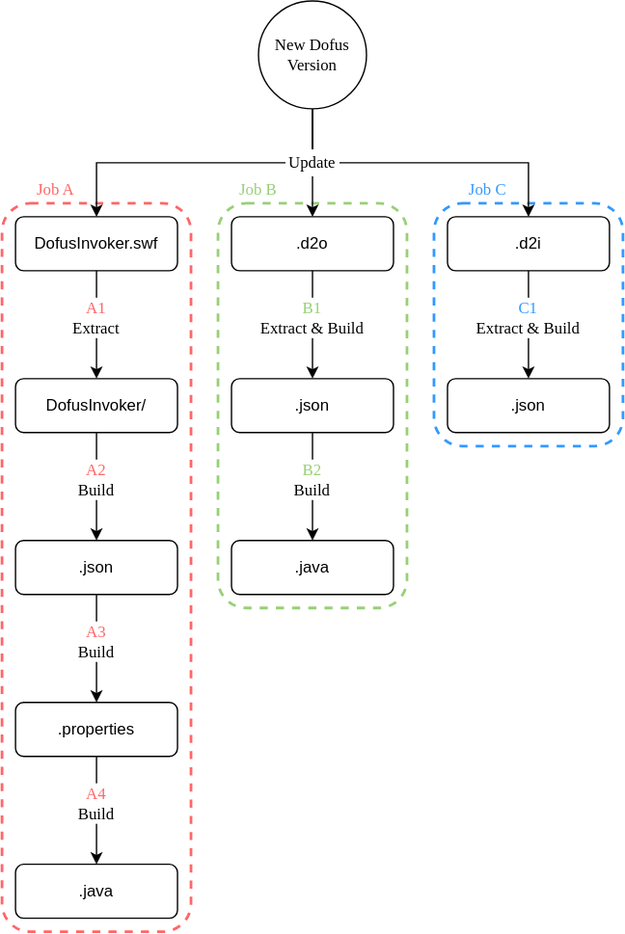
Before: images/Flows.drawio.svg, a diagram exported from draw.io (bot4dofus/Datafus). Source tidied: cells renumbered, new cells last; positions are measured from the earlier drawing's top-left corner, leaving out a move shared by most shapes.
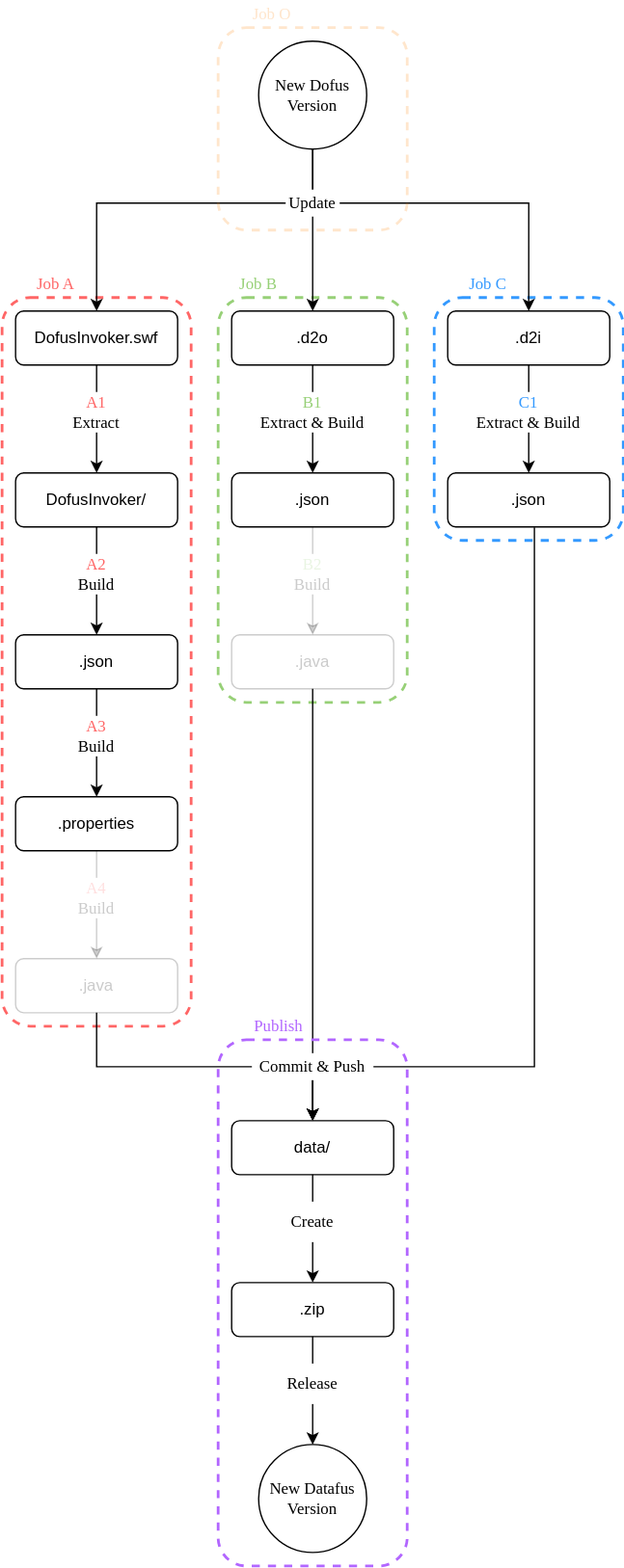
The same file after the commit.

The edit, as a diff of the source:
```diff
@@ -12,7 +12,7 @@
       <mxGeometry x="160" y="150" width="140" height="300" as="geometry" />
     </mxCell>
     <mxCell id="5" value="New Dofus Version" style="ellipse;whiteSpace=wrap;html=1;fontFamily=Georgia;" parent="1" vertex="1">
-      <mxGeometry x="190" width="80" height="80" as="geometry" />
+      <mxGeometry x="190" y="-40" width="80" height="80" as="geometry" />
     </mxCell>
     <mxCell id="6" value=".d2o" style="rounded=1;whiteSpace=wrap;html=1;fontFamily=Helvetica;" parent="1" vertex="1">
       <mxGeometry x="170" y="160" width="120" height="40" as="geometry" />
@@ -32,7 +32,7 @@
     <mxCell id="11" value=".json" style="rounded=1;whiteSpace=wrap;html=1;fontFamily=Helvetica;" parent="1" vertex="1">
       <mxGeometry x="330" y="280" width="120" height="40" as="geometry" />
     </mxCell>
-    <mxCell id="12" value=".java" style="rounded=1;whiteSpace=wrap;html=1;fontFamily=Helvetica;" parent="1" vertex="1">
+    <mxCell id="12" value=".java" style="rounded=1;whiteSpace=wrap;html=1;fontFamily=Helvetica;opacity=20;textOpacity=20;" parent="1" vertex="1">
       <mxGeometry x="170" y="400" width="120" height="40" as="geometry" />
     </mxCell>
     <mxCell id="13" value=".json" style="rounded=1;whiteSpace=wrap;html=1;fontFamily=Helvetica;" parent="1" vertex="1">
@@ -50,7 +50,7 @@
     <mxCell id="17" style="edgeStyle=orthogonalEdgeStyle;rounded=0;jettySize=auto;html=1;exitX=0.5;exitY=1;exitDx=0;exitDy=0;entryX=0.5;entryY=0;entryDx=0;entryDy=0;fontFamily=Georgia;" parent="1" edge="1" source="13" target="14">
       <mxGeometry relative="1" as="geometry" />
     </mxCell>
-    <mxCell id="18" style="edgeStyle=orthogonalEdgeStyle;rounded=0;jettySize=auto;html=1;entryX=0.5;entryY=0;entryDx=0;entryDy=0;fontFamily=Georgia;exitX=0.5;exitY=1;exitDx=0;exitDy=0;" parent="1" edge="1" source="10" target="12">
+    <mxCell id="18" style="edgeStyle=orthogonalEdgeStyle;rounded=0;jettySize=auto;html=1;entryX=0.5;entryY=0;entryDx=0;entryDy=0;fontFamily=Georgia;exitX=0.5;exitY=1;exitDx=0;exitDy=0;opacity=20;" parent="1" edge="1" source="10" target="12">
       <mxGeometry relative="1" as="geometry" />
     </mxCell>
     <mxCell id="19" style="edgeStyle=orthogonalEdgeStyle;rounded=0;jettySize=auto;html=1;fontFamily=Georgia;exitX=0.5;exitY=1;exitDx=0;exitDy=0;" parent="1" edge="1" source="6">
@@ -62,11 +62,20 @@
       <mxGeometry relative="1" as="geometry" />
     </mxCell>
     <mxCell id="21" style="edgeStyle=orthogonalEdgeStyle;rounded=0;jettySize=auto;html=1;exitX=0.5;exitY=1;exitDx=0;exitDy=0;entryX=0.5;entryY=0;entryDx=0;entryDy=0;fontFamily=Georgia;" parent="1" edge="1" source="5" target="8">
-      <mxGeometry relative="1" as="geometry" />
+      <mxGeometry relative="1" as="geometry">
+        <Array as="points">
+          <mxPoint x="230" y="80" />
+          <mxPoint x="70" y="80" />
+        </Array>
+      </mxGeometry>
     </mxCell>
     <mxCell id="22" style="edgeStyle=orthogonalEdgeStyle;rounded=0;jettySize=auto;html=1;exitX=0.5;exitY=1;exitDx=0;exitDy=0;fontFamily=Georgia;" parent="1" edge="1" source="5">
       <mxGeometry relative="1" as="geometry">
         <mxPoint x="390" y="160" as="targetPoint" />
+        <Array as="points">
+          <mxPoint x="230" y="80" />
+          <mxPoint x="390" y="80" />
+        </Array>
       </mxGeometry>
     </mxCell>
     <mxCell id="23" style="edgeStyle=orthogonalEdgeStyle;rounded=0;jettySize=auto;html=1;fontFamily=Georgia;" parent="1" edge="1" target="6">
@@ -83,7 +92,7 @@
     <mxCell id="26" value="&lt;div&gt;&lt;font color=&quot;#FF6666&quot;&gt;A2&lt;/font&gt;&lt;br&gt;&lt;/div&gt;&lt;div&gt;Build&lt;/div&gt;" style="text;html=1;strokeColor=none;align=center;verticalAlign=middle;whiteSpace=wrap;rounded=0;dashed=1;fontFamily=Georgia;fillColor=#FFFFFF;" parent="1" vertex="1">
       <mxGeometry x="50" y="340" width="40" height="30" as="geometry" />
     </mxCell>
-    <mxCell id="27" value="&lt;div&gt;&lt;font color=&quot;#97D077&quot;&gt;B2&lt;/font&gt;&lt;br&gt;&lt;/div&gt;&lt;div&gt;Build&lt;/div&gt;" style="text;html=1;strokeColor=none;align=center;verticalAlign=middle;whiteSpace=wrap;rounded=0;dashed=1;fontFamily=Georgia;fillColor=#FFFFFF;" parent="1" vertex="1">
+    <mxCell id="27" value="&lt;div&gt;&lt;font color=&quot;#97D077&quot;&gt;B2&lt;/font&gt;&lt;br&gt;&lt;/div&gt;&lt;div&gt;Build&lt;/div&gt;" style="text;html=1;strokeColor=none;align=center;verticalAlign=middle;whiteSpace=wrap;rounded=0;dashed=1;fontFamily=Georgia;fillColor=#FFFFFF;textOpacity=20;" parent="1" vertex="1">
       <mxGeometry x="210" y="340" width="40" height="30" as="geometry" />
     </mxCell>
     <mxCell id="28" value="&lt;div&gt;&lt;font color=&quot;#97D077&quot;&gt;B1&lt;/font&gt;&lt;br&gt;&lt;/div&gt;&lt;div&gt;Extract &amp;amp; Build&lt;/div&gt;" style="text;html=1;strokeColor=none;align=center;verticalAlign=middle;whiteSpace=wrap;rounded=0;dashed=1;fontFamily=Georgia;fillColor=#FFFFFF;" parent="1" vertex="1">
@@ -93,7 +102,7 @@
       <mxGeometry x="330" y="220" width="120" height="30" as="geometry" />
     </mxCell>
     <mxCell id="30" value="Update" style="text;html=1;strokeColor=none;align=center;verticalAlign=middle;whiteSpace=wrap;rounded=0;dashed=1;fontFamily=Georgia;fillColor=#FFFFFF;" parent="1" vertex="1">
-      <mxGeometry x="210" y="110" width="40" height="20" as="geometry" />
+      <mxGeometry x="210" y="70" width="40" height="20" as="geometry" />
     </mxCell>
     <mxCell id="31" value="Job A" style="text;html=1;strokeColor=none;align=center;verticalAlign=middle;whiteSpace=wrap;rounded=0;dashed=1;fontFamily=Georgia;fontColor=#FF6666;" parent="1" vertex="1">
       <mxGeometry x="20" y="130" width="40" height="20" as="geometry" />
@@ -104,14 +113,69 @@
     <mxCell id="33" value="&lt;font color=&quot;#3399FF&quot;&gt;Job C&lt;br&gt;&lt;/font&gt;" style="text;html=1;strokeColor=none;align=center;verticalAlign=middle;whiteSpace=wrap;rounded=0;dashed=1;fontFamily=Georgia;fontColor=#FF6666;" parent="1" vertex="1">
       <mxGeometry x="340" y="130" width="40" height="20" as="geometry" />
     </mxCell>
-    <mxCell id="34" value=".java" style="rounded=1;whiteSpace=wrap;html=1;fontFamily=Helvetica;" parent="1" vertex="1">
+    <mxCell id="34" value=".java" style="rounded=1;whiteSpace=wrap;html=1;fontFamily=Helvetica;opacity=20;textOpacity=20;" parent="1" vertex="1">
       <mxGeometry x="10" y="640" width="120" height="40" as="geometry" />
     </mxCell>
-    <mxCell id="35" style="edgeStyle=orthogonalEdgeStyle;rounded=0;jettySize=auto;html=1;entryX=0.5;entryY=0;entryDx=0;entryDy=0;fontFamily=Georgia;exitX=0.5;exitY=1;exitDx=0;exitDy=0;" parent="1" edge="1" source="14" target="34">
+    <mxCell id="35" style="edgeStyle=orthogonalEdgeStyle;rounded=0;jettySize=auto;html=1;entryX=0.5;entryY=0;entryDx=0;entryDy=0;fontFamily=Georgia;exitX=0.5;exitY=1;exitDx=0;exitDy=0;opacity=20;textOpacity=20;" parent="1" edge="1" source="14" target="34">
       <mxGeometry relative="1" as="geometry" />
     </mxCell>
-    <mxCell id="36" value="&lt;div&gt;&lt;font color=&quot;#FF6666&quot;&gt;A4&lt;/font&gt;&lt;br&gt;&lt;/div&gt;&lt;div&gt;Build&lt;/div&gt;" style="text;html=1;strokeColor=none;align=center;verticalAlign=middle;whiteSpace=wrap;rounded=0;dashed=1;fontFamily=Georgia;fillColor=#FFFFFF;" parent="1" vertex="1">
+    <mxCell id="36" value="&lt;div&gt;&lt;font color=&quot;#FF6666&quot;&gt;A4&lt;/font&gt;&lt;br&gt;&lt;/div&gt;&lt;div&gt;Build&lt;/div&gt;" style="text;html=1;strokeColor=none;align=center;verticalAlign=middle;whiteSpace=wrap;rounded=0;dashed=1;fontFamily=Georgia;fillColor=#FFFFFF;textOpacity=20;" parent="1" vertex="1">
       <mxGeometry x="50" y="580" width="40" height="30" as="geometry" />
     </mxCell>
+    <mxCell id="37" value="data/" style="rounded=1;whiteSpace=wrap;html=1;fontFamily=Helvetica;" parent="1" vertex="1">
+      <mxGeometry x="170" y="760" width="120" height="40" as="geometry" />
+    </mxCell>
+    <mxCell id="38" style="edgeStyle=orthogonalEdgeStyle;rounded=0;jettySize=auto;html=1;exitX=0.5;exitY=1;exitDx=0;exitDy=0;fontFamily=Georgia;entryX=0.5;entryY=0;entryDx=0;entryDy=0;" parent="1" edge="1" source="34" target="37">
+      <mxGeometry relative="1" as="geometry">
+        <Array as="points">
+          <mxPoint x="70" y="720" />
+          <mxPoint x="230" y="720" />
+        </Array>
+      </mxGeometry>
+    </mxCell>
+    <mxCell id="39" style="edgeStyle=orthogonalEdgeStyle;rounded=0;jettySize=auto;html=1;fontFamily=Georgia;exitX=0.5;exitY=1;exitDx=0;exitDy=0;entryX=0.5;entryY=0;entryDx=0;entryDy=0;" parent="1" edge="1" source="12" target="37">
+      <mxGeometry relative="1" as="geometry" />
+    </mxCell>
+    <mxCell id="40" style="edgeStyle=orthogonalEdgeStyle;rounded=0;jettySize=auto;html=1;fontFamily=Georgia;exitX=0.535;exitY=1.007;exitDx=0;exitDy=0;exitPerimeter=0;entryX=0.5;entryY=0;entryDx=0;entryDy=0;" parent="1" edge="1" source="11" target="37">
+      <mxGeometry relative="1" as="geometry">
+        <Array as="points">
+          <mxPoint x="394" y="720" />
+          <mxPoint x="230" y="720" />
+        </Array>
+      </mxGeometry>
+    </mxCell>
+    <mxCell id="41" value="&lt;div&gt;Commit &amp;amp; Push&lt;br&gt;&lt;/div&gt;" style="text;html=1;strokeColor=none;align=center;verticalAlign=middle;whiteSpace=wrap;rounded=0;dashed=1;fontFamily=Georgia;fillColor=#FFFFFF;" parent="1" vertex="1">
+      <mxGeometry x="185" y="710" width="90" height="20" as="geometry" />
+    </mxCell>
+    <mxCell id="42" style="edgeStyle=orthogonalEdgeStyle;rounded=0;jettySize=auto;html=1;exitX=0.5;exitY=1;exitDx=0;exitDy=0;fontFamily=Georgia;entryX=0.5;entryY=0;entryDx=0;entryDy=0;" parent="1" edge="1" source="37" target="43">
+      <mxGeometry relative="1" as="geometry" />
+    </mxCell>
+    <mxCell id="43" value=".zip" style="rounded=1;whiteSpace=wrap;html=1;fontFamily=Helvetica;" parent="1" vertex="1">
+      <mxGeometry x="170" y="880" width="120" height="40" as="geometry" />
+    </mxCell>
+    <mxCell id="44" value="New Datafus Version" style="ellipse;whiteSpace=wrap;html=1;fontFamily=Georgia;" parent="1" vertex="1">
+      <mxGeometry x="190" y="1000" width="80" height="80" as="geometry" />
+    </mxCell>
+    <mxCell id="45" style="edgeStyle=orthogonalEdgeStyle;rounded=0;jettySize=auto;html=1;exitX=0.5;exitY=1;exitDx=0;exitDy=0;fontFamily=Georgia;entryX=0.5;entryY=0;entryDx=0;entryDy=0;" parent="1" edge="1" source="43" target="44">
+      <mxGeometry relative="1" as="geometry" />
+    </mxCell>
+    <mxCell id="46" value="Create" style="text;html=1;strokeColor=none;align=center;verticalAlign=middle;whiteSpace=wrap;rounded=0;dashed=1;fontFamily=Georgia;fillColor=#FFFFFF;" parent="1" vertex="1">
+      <mxGeometry x="210" y="820" width="40" height="30" as="geometry" />
+    </mxCell>
+    <mxCell id="47" style="rounded=1;whiteSpace=wrap;html=1;fontFamily=Georgia;fillColor=none;dashed=1;strokeWidth=2;strokeColor=#B266FF;" parent="1" vertex="1">
+      <mxGeometry x="160" y="700" width="140" height="390" as="geometry" />
+    </mxCell>
+    <mxCell id="48" value="Release" style="text;html=1;strokeColor=none;align=center;verticalAlign=middle;whiteSpace=wrap;rounded=0;dashed=1;fontFamily=Georgia;fillColor=#FFFFFF;" parent="1" vertex="1">
+      <mxGeometry x="210" y="940" width="40" height="30" as="geometry" />
+    </mxCell>
+    <mxCell id="49" value="Publish" style="text;html=1;strokeColor=none;align=center;verticalAlign=middle;whiteSpace=wrap;rounded=0;dashed=1;fontFamily=Georgia;fontColor=#B266FF;" parent="1" vertex="1">
+      <mxGeometry x="185" y="680" width="40" height="20" as="geometry" />
+    </mxCell>
+    <mxCell id="50" style="rounded=1;whiteSpace=wrap;html=1;fontFamily=Georgia;fillColor=none;dashed=1;strokeWidth=2;strokeColor=#FF8000;opacity=20;" parent="1" vertex="1">
+      <mxGeometry x="160" y="-50" width="140" height="150" as="geometry" />
+    </mxCell>
+    <mxCell id="51" value="&lt;font color=&quot;#FF8000&quot;&gt;Job O&lt;br&gt;&lt;/font&gt;" style="text;html=1;strokeColor=none;align=center;verticalAlign=middle;whiteSpace=wrap;rounded=0;dashed=1;fontFamily=Georgia;fontColor=#97D077;textOpacity=20;" parent="1" vertex="1">
+      <mxGeometry x="180" y="-70" width="40" height="20" as="geometry" />
+    </mxCell>
   </root>
 </mxGraphModel>
```
